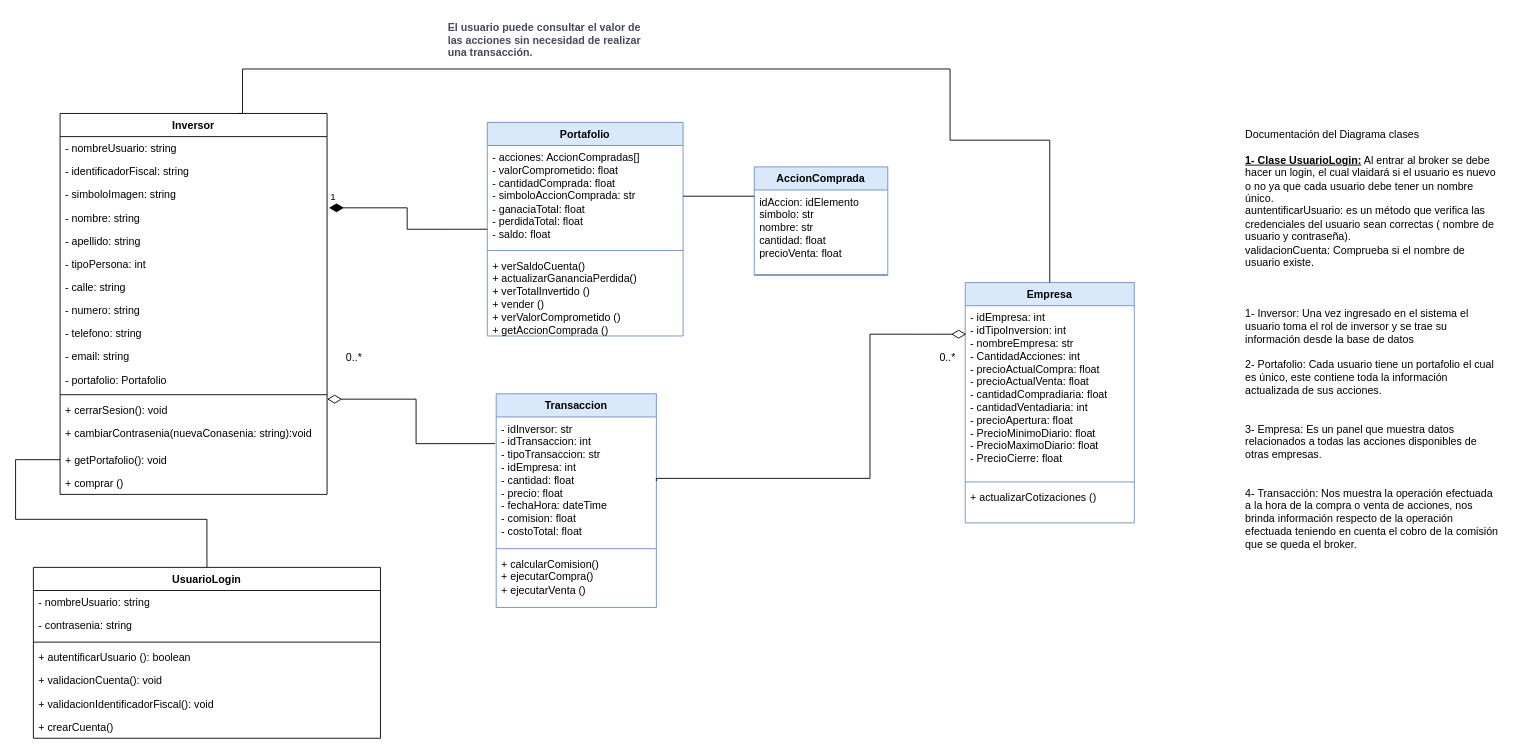
This is Documentación/Diagrama-de-Clases.drawio from INNOVAcodersISPC/ARGBroker, a draw.io file, before an edit. Source tidied: cells renumbered, new cells numbered last; positions are measured from the earlier drawing's top-left corner, leaving out a move shared by most shapes. Both pictures are drawn from the tidied source at 89%, with x=0, y=0 at pixel (33, 15).
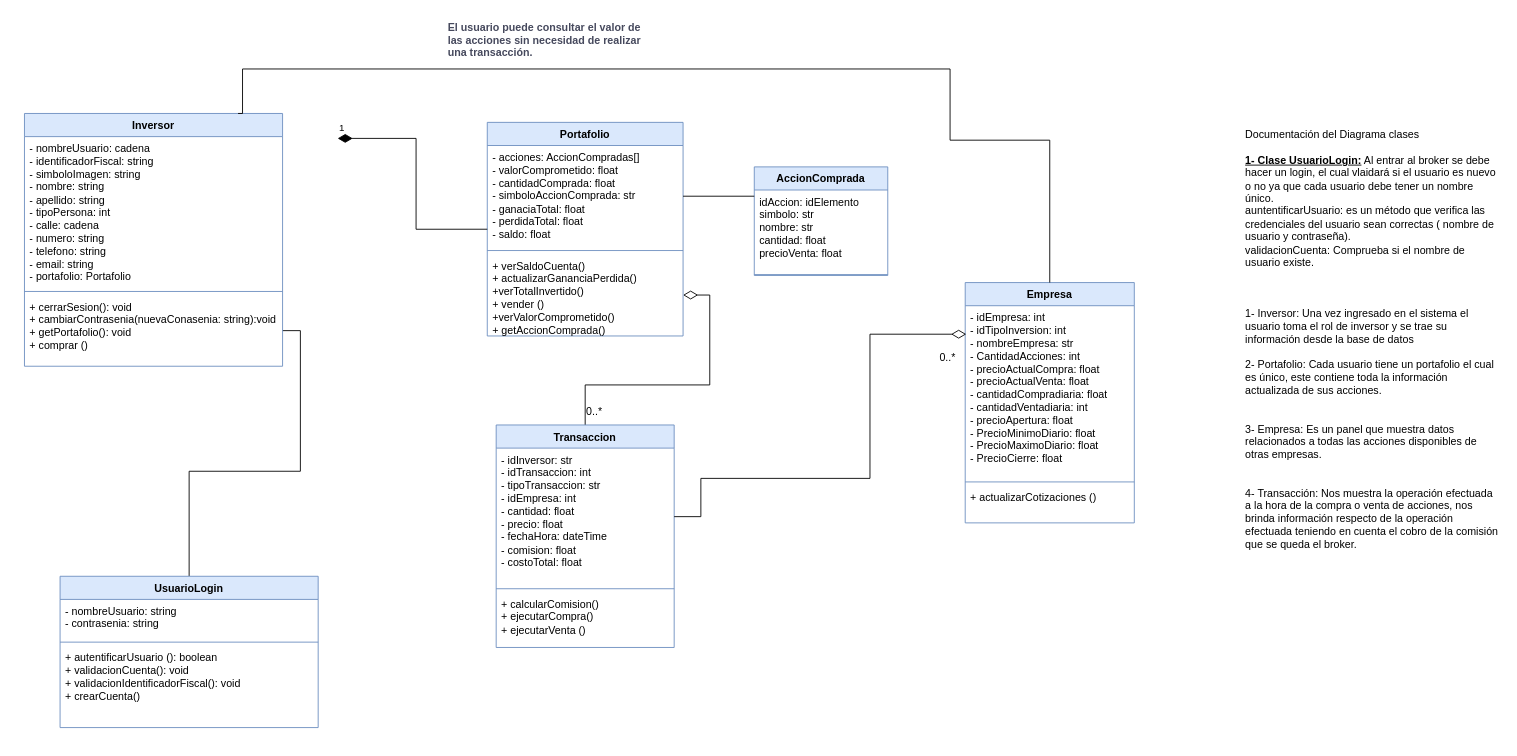
The same page after the edit.

The change refers to these unchanged cells:
```xml
<mxCell id="3" value="&lt;div style=&quot;text-wrap: nowrap;&quot;&gt;- idEmpresa: int&lt;div&gt;- idTipoInversion: int&lt;/div&gt;&lt;div&gt;- nombreEmpresa: str&lt;/div&gt;&lt;div&gt;- CantidadAcciones: int&lt;/div&gt;&lt;div&gt;- precioActualCompra: float&lt;/div&gt;&lt;div&gt;- precioActualVenta: float&lt;/div&gt;&lt;div&gt;- cantidadCompradiaria: float&lt;/div&gt;&lt;div&gt;&lt;span style=&quot;background-color: initial;&quot;&gt;- cantidadVentadiaria: int&lt;/span&gt;&lt;/div&gt;&lt;div&gt;- precioApertura: float&lt;/div&gt;&lt;div&gt;- PrecioMinimoDiario: float&amp;nbsp;&lt;/div&gt;&lt;div&gt;- PrecioMaximoDiario: float&lt;/div&gt;&lt;div&gt;- PrecioCierre: float&lt;/div&gt;&lt;/div&gt;" style="text;strokeColor=none;fillColor=none;align=left;verticalAlign=top;spacingLeft=4;spacingRight=4;overflow=hidden;points=[[0,0.5],[1,0.5]];portConstraint=eastwest;whiteSpace=wrap;html=1;" parent="2" vertex="1">
  <mxGeometry y="26" width="190" height="194" as="geometry" />
</mxCell>
<mxCell id="6" value="Portafolio" style="swimlane;fontStyle=1;align=center;verticalAlign=top;horizontal=1;startSize=26;whiteSpace=wrap;html=1;fillColor=#dae8fc;strokeColor=#6c8ebf;" parent="1" vertex="1">
  <mxGeometry x="510" y="120" width="220" height="240" as="geometry" />
</mxCell>
<mxCell id="7" value="&lt;div style=&quot;text-wrap: nowrap;&quot;&gt;&lt;span style=&quot;background-color: initial;&quot;&gt;- acciones: AccionCompradas[]&lt;/span&gt;&lt;br&gt;&lt;/div&gt;&lt;div style=&quot;text-wrap: nowrap;&quot;&gt;&lt;div&gt;- valorComprometido: float&lt;/div&gt;&lt;div&gt;- cantidadComprada: float&lt;/div&gt;&lt;div&gt;- simboloAccionComprada: str&lt;/div&gt;&lt;div&gt;- ganaciaTotal: float&lt;/div&gt;&lt;div&gt;- perdidaTotal: float&lt;/div&gt;&lt;div&gt;- saldo: float&lt;/div&gt;&lt;/div&gt;" style="text;strokeColor=none;fillColor=none;align=left;verticalAlign=top;spacingLeft=4;spacingRight=4;overflow=hidden;points=[[0,0.5],[1,0.5]];portConstraint=eastwest;whiteSpace=wrap;html=1;" parent="6" vertex="1">
  <mxGeometry y="26" width="220" height="114" as="geometry" />
</mxCell>
```

Diff of the diagram source:
```diff
@@
-    <mxCell id="9" value="+ verSaldoCuenta()&lt;div&gt;+ actualizarGananciaPerdida()&lt;/div&gt;&lt;div&gt;+ verTotalInvertido ()&lt;/div&gt;&lt;div&gt;+ vender ()&lt;/div&gt;&lt;div&gt;+ verValorComprometido ()&lt;/div&gt;&lt;div&gt;+ getAccionComprada ()&lt;br&gt;&lt;div&gt;&lt;br&gt;&lt;/div&gt;&lt;/div&gt;&lt;div&gt;&lt;br&gt;&lt;/div&gt;&lt;div&gt;&lt;br&gt;&lt;/div&gt;&lt;div&gt;&lt;br&gt;&lt;/div&gt;" style="text;strokeColor=none;fillColor=none;align=left;verticalAlign=top;spacingLeft=4;spacingRight=4;overflow=hidden;points=[[0,0.5],[1,0.5]];portConstraint=eastwest;whiteSpace=wrap;html=1;" parent="6" vertex="1">
+    <mxCell id="9" value="+ verSaldoCuenta()&lt;div&gt;+ actualizarGananciaPerdida()&lt;/div&gt;&lt;div&gt;+verTotalInvertido()&lt;/div&gt;&lt;div&gt;+ vender ()&lt;/div&gt;&lt;div&gt;+verValorComprometido()&lt;/div&gt;&lt;div&gt;+ getAccionComprada()&lt;br&gt;&lt;div&gt;&lt;br&gt;&lt;/div&gt;&lt;/div&gt;&lt;div&gt;&lt;br&gt;&lt;/div&gt;&lt;div&gt;&lt;br&gt;&lt;/div&gt;&lt;div&gt;&lt;br&gt;&lt;/div&gt;" style="text;strokeColor=none;fillColor=none;align=left;verticalAlign=top;spacingLeft=4;spacingRight=4;overflow=hidden;points=[[0,0.5],[1,0.5]];portConstraint=eastwest;whiteSpace=wrap;html=1;" parent="6" vertex="1">
       <mxGeometry y="148" width="220" height="92" as="geometry" />
     </mxCell>
+    <mxCell id="52" style="edgeStyle=orthogonalEdgeStyle;rounded=0;jettySize=auto;html=1;startSize=14;endArrow=diamondThin;endFill=0;endSize=14;" parent="1" edge="1" source="10" target="9">
+      <mxGeometry relative="1" as="geometry" />
+    </mxCell>
     <mxCell id="10" value="Transaccion" style="swimlane;fontStyle=1;align=center;verticalAlign=top;horizontal=1;startSize=26;whiteSpace=wrap;html=1;fillColor=#dae8fc;strokeColor=#6c8ebf;" parent="1" vertex="1">
-      <mxGeometry x="520" y="425" width="180" height="240" as="geometry" />
+      <mxGeometry x="520" y="460" width="200" height="250" as="geometry" />
     </mxCell>
-    <mxCell id="11" value="&lt;div style=&quot;text-wrap: nowrap;&quot;&gt;&lt;span style=&quot;background-color: initial;&quot;&gt;- idInversor: str&lt;/span&gt;&lt;br&gt;&lt;/div&gt;&lt;div style=&quot;text-wrap: nowrap;&quot;&gt;&lt;div&gt;- idTransaccion: int&lt;br&gt;&lt;/div&gt;&lt;div&gt;- tipoTransaccion: str&lt;br&gt;&lt;/div&gt;&lt;div&gt;- idEmpresa: int&lt;br&gt;&lt;/div&gt;&lt;div&gt;- cantidad: float&lt;/div&gt;&lt;div&gt;- precio: float&lt;br&gt;&lt;/div&gt;&lt;div&gt;- fechaHora: dateTime&lt;br&gt;&lt;/div&gt;&lt;div&gt;- comision: float&lt;br&gt;&lt;/div&gt;&lt;div&gt;- costoTotal: float&lt;br&gt;&lt;/div&gt;&lt;div&gt;&lt;br&gt;&lt;/div&gt;&lt;div&gt;&amp;nbsp;&lt;/div&gt;&lt;div&gt;&lt;br&gt;&lt;/div&gt;&lt;div&gt;&lt;br&gt;&lt;/div&gt;&lt;div&gt;&lt;br&gt;&lt;/div&gt;&lt;/div&gt;" style="text;strokeColor=none;fillColor=none;align=left;verticalAlign=top;spacingLeft=4;spacingRight=4;overflow=hidden;points=[[0,0.5],[1,0.5]];portConstraint=eastwest;whiteSpace=wrap;html=1;" parent="10" vertex="1">
-      <mxGeometry y="26" width="180" height="144" as="geometry" />
+    <mxCell id="11" value="&lt;div style=&quot;text-wrap: nowrap;&quot;&gt;&lt;span style=&quot;background-color: initial;&quot;&gt;- idInversor: str&lt;/span&gt;&lt;br&gt;&lt;/div&gt;&lt;div style=&quot;text-wrap: nowrap;&quot;&gt;&lt;div&gt;- idTransaccion: int&lt;br&gt;&lt;/div&gt;&lt;div&gt;- tipoTransaccion: str&lt;br&gt;&lt;/div&gt;&lt;div&gt;- idEmpresa: int&lt;br&gt;&lt;/div&gt;&lt;div&gt;- cantidad: float&lt;/div&gt;&lt;div&gt;- precio: float&lt;br&gt;&lt;/div&gt;&lt;div&gt;- fechaHora: dateTime&lt;br&gt;&lt;/div&gt;&lt;div&gt;- comision: float&lt;br&gt;&lt;/div&gt;&lt;div&gt;- costoTotal: floa&lt;span style=&quot;background-color: initial;&quot;&gt;t&lt;/span&gt;&lt;/div&gt;&lt;div&gt;&lt;br&gt;&lt;/div&gt;&lt;div&gt;&amp;nbsp;&lt;/div&gt;&lt;div&gt;&lt;br&gt;&lt;/div&gt;&lt;div&gt;&lt;br&gt;&lt;/div&gt;&lt;div&gt;&lt;br&gt;&lt;/div&gt;&lt;/div&gt;" style="text;strokeColor=none;fillColor=none;align=left;verticalAlign=top;spacingLeft=4;spacingRight=4;overflow=hidden;points=[[0,0.5],[1,0.5]];portConstraint=eastwest;whiteSpace=wrap;html=1;" parent="10" vertex="1">
+      <mxGeometry y="26" width="200" height="154" as="geometry" />
     </mxCell>
     <mxCell id="12" style="line;strokeWidth=1;fillColor=none;align=left;verticalAlign=middle;spacingTop=-1;spacingLeft=3;spacingRight=3;labelPosition=right;strokeColor=inherit;" parent="10" vertex="1">
-      <mxGeometry y="170" width="180" height="8" as="geometry" />
+      <mxGeometry y="180" width="200" height="8" as="geometry" />
     </mxCell>
     <mxCell id="13" value="+ calcularComision()&lt;div&gt;+ ejecutarCompra()&lt;/div&gt;&lt;div&gt;+ ejecutarVenta ()&lt;/div&gt;" style="text;strokeColor=none;fillColor=none;align=left;verticalAlign=top;spacingLeft=4;spacingRight=4;overflow=hidden;whiteSpace=wrap;html=1;" parent="10" vertex="1">
-      <mxGeometry y="178" width="180" height="62" as="geometry" />
+      <mxGeometry y="188" width="200" height="62" as="geometry" />
     </mxCell>
@@
-    <mxCell id="15" value="1" style="endArrow=none;html=1;endSize=12;startArrow=diamondThin;startSize=14;startFill=1;edgeStyle=orthogonalEdgeStyle;align=left;verticalAlign=bottom;rounded=0;entryX=0;entryY=0.825;entryDx=0;entryDy=0;entryPerimeter=0;endFill=0;exitX=1.007;exitY=0.077;exitDx=0;exitDy=0;exitPerimeter=0;" parent="1" edge="1" source="33" target="7">
-      <mxGeometry x="-1" y="3" relative="1" as="geometry" />
+    <mxCell id="15" value="1" style="endArrow=none;html=1;endSize=12;startArrow=diamondThin;startSize=14;startFill=1;edgeStyle=orthogonalEdgeStyle;align=left;verticalAlign=bottom;rounded=0;entryX=0;entryY=0.825;entryDx=0;entryDy=0;entryPerimeter=0;endFill=0;exitX=1.007;exitY=0.077;exitDx=0;exitDy=0;exitPerimeter=0;" parent="1" edge="1" target="7">
+      <mxGeometry x="-1" y="3" relative="1" as="geometry">
+        <mxPoint x="341.9" y="138" as="sourcePoint" />
+        <Array as="points">
+          <mxPoint x="430" y="138" />
+          <mxPoint x="430" y="240" />
+        </Array>
+      </mxGeometry>
     </mxCell>
-    <mxCell id="16" style="edgeStyle=orthogonalEdgeStyle;rounded=0;jettySize=auto;html=1;entryX=-0.006;entryY=0.208;entryDx=0;entryDy=0;entryPerimeter=0;endArrow=none;endFill=0;startArrow=diamondThin;startFill=0;endSize=12;startSize=14;exitX=1;exitY=0.75;exitDx=0;exitDy=0;" parent="1" edge="1" source="29" target="11">
-      <mxGeometry relative="1" as="geometry">
-        <Array as="points">
-          <mxPoint x="430" y="431" />
-          <mxPoint x="430" y="481" />
-        </Array>
-      </mxGeometry>
-    </mxCell>
     <mxCell id="17" value="0..*" style="text;html=1;align=center;verticalAlign=middle;strokeColor=none;fillColor=none;" parent="1" vertex="1">
-      <mxGeometry x="340" y="370" width="40" height="30" as="geometry" />
+      <mxGeometry x="610" y="430" width="40" height="30" as="geometry" />
     </mxCell>
     <mxCell id="18" style="edgeStyle=orthogonalEdgeStyle;rounded=0;jettySize=auto;html=1;exitX=1;exitY=0.5;exitDx=0;exitDy=0;entryX=0.006;entryY=0.165;entryDx=0;entryDy=0;entryPerimeter=0;endArrow=diamondThin;endFill=0;startSize=14;endSize=14;" parent="1" edge="1" source="11" target="3">
       <mxGeometry relative="1" as="geometry">
         <Array as="points">
-          <mxPoint x="700" y="520" />
+          <mxPoint x="750" y="563" />
+          <mxPoint x="750" y="520" />
           <mxPoint x="940" y="520" />
           <mxPoint x="940" y="358" />
         </Array>
       </mxGeometry>
     </mxCell>
@@
-    <mxCell id="20" style="edgeStyle=orthogonalEdgeStyle;rounded=0;jettySize=auto;html=1;exitX=0.5;exitY=0;exitDx=0;exitDy=0;entryX=0;entryY=0.5;entryDx=0;entryDy=0;endArrow=none;endFill=0;" parent="1" edge="1" source="21" target="44">
+    <mxCell id="20" style="edgeStyle=orthogonalEdgeStyle;rounded=0;jettySize=auto;html=1;exitX=0.5;exitY=0;exitDx=0;exitDy=0;endArrow=none;endFill=0;" parent="1" edge="1" source="21" target="42">
       <mxGeometry relative="1" as="geometry" />
     </mxCell>
-    <mxCell id="21" value="UsuarioLogin" style="swimlane;fontStyle=1;align=center;verticalAlign=top;horizontal=1;startSize=26;whiteSpace=wrap;html=1;" parent="1" vertex="1">
-      <mxGeometry y="620" width="390" height="192" as="geometry" />
+    <mxCell id="21" value="UsuarioLogin" style="swimlane;fontStyle=1;align=center;verticalAlign=top;horizontal=1;startSize=26;whiteSpace=wrap;html=1;fillColor=#dae8fc;strokeColor=#6c8ebf;" parent="1" vertex="1">
+      <mxGeometry x="30" y="630" width="290" height="170" as="geometry" />
     </mxCell>
-    <mxCell id="22" value="- nombreUsuario: string" style="text;strokeColor=none;fillColor=none;align=left;verticalAlign=top;spacingLeft=4;spacingRight=4;overflow=hidden;whiteSpace=wrap;html=1;" parent="21" vertex="1">
-      <mxGeometry y="26" width="390" height="26" as="geometry" />
+    <mxCell id="22" value="- nombreUsuario: string&lt;br&gt;- contrasenia: string" style="text;strokeColor=none;fillColor=none;align=left;verticalAlign=top;spacingLeft=4;spacingRight=4;overflow=hidden;whiteSpace=wrap;html=1;" parent="21" vertex="1">
+      <mxGeometry y="26" width="290" height="44" as="geometry" />
     </mxCell>
-    <mxCell id="23" value="- contrasenia: string" style="text;strokeColor=none;fillColor=none;align=left;verticalAlign=top;spacingLeft=4;spacingRight=4;overflow=hidden;whiteSpace=wrap;html=1;" parent="21" vertex="1">
-      <mxGeometry y="52" width="390" height="28" as="geometry" />
-    </mxCell>
     <mxCell id="24" style="line;strokeWidth=1;fillColor=none;align=left;verticalAlign=middle;spacingTop=-1;spacingLeft=3;spacingRight=3;labelPosition=right;strokeColor=inherit;" parent="21" vertex="1">
-      <mxGeometry y="80" width="390" height="8" as="geometry" />
+      <mxGeometry y="70" width="290" height="8" as="geometry" />
     </mxCell>
-    <mxCell id="25" value="+ autentificarUsuario (): boolean" style="text;strokeColor=none;fillColor=none;align=left;verticalAlign=top;spacingLeft=4;spacingRight=4;overflow=hidden;whiteSpace=wrap;html=1;" parent="21" vertex="1">
-      <mxGeometry y="88" width="390" height="26" as="geometry" />
+    <mxCell id="25" value="+ autentificarUsuario (): boolean&lt;br&gt;+ validacionCuenta(): void&lt;br&gt;+ validacionIdentificadorFiscal(): void&lt;br&gt;+ crearCuenta()" style="text;strokeColor=none;fillColor=none;align=left;verticalAlign=top;spacingLeft=4;spacingRight=4;overflow=hidden;whiteSpace=wrap;html=1;" parent="21" vertex="1">
+      <mxGeometry y="78" width="290" height="92" as="geometry" />
     </mxCell>
-    <mxCell id="26" value="+ validacionCuenta(): void" style="text;strokeColor=none;fillColor=none;align=left;verticalAlign=top;spacingLeft=4;spacingRight=4;overflow=hidden;whiteSpace=wrap;html=1;" parent="21" vertex="1">
-      <mxGeometry y="114" width="390" height="26" as="geometry" />
-    </mxCell>
-    <mxCell id="27" value="+ validacionIdentificadorFiscal(): void" style="text;strokeColor=none;fillColor=none;align=left;verticalAlign=top;spacingLeft=4;spacingRight=4;overflow=hidden;whiteSpace=wrap;html=1;" parent="21" vertex="1">
-      <mxGeometry y="140" width="390" height="26" as="geometry" />
-    </mxCell>
-    <mxCell id="28" value="+ crearCuenta()" style="text;strokeColor=none;fillColor=none;align=left;verticalAlign=top;spacingLeft=4;spacingRight=4;overflow=hidden;whiteSpace=wrap;html=1;" parent="21" vertex="1">
-      <mxGeometry y="166" width="390" height="26" as="geometry" />
-    </mxCell>
-    <mxCell id="29" value="Inversor" style="swimlane;fontStyle=1;align=center;verticalAlign=top;horizontal=1;startSize=26;whiteSpace=wrap;html=1;" parent="1" vertex="1">
-      <mxGeometry x="30" y="110" width="300" height="428" as="geometry" />
+    <mxCell id="29" value="Inversor" style="swimlane;fontStyle=1;align=center;verticalAlign=top;horizontal=1;startSize=26;whiteSpace=wrap;html=1;fillColor=#dae8fc;strokeColor=#6c8ebf;" parent="1" vertex="1">
+      <mxGeometry x="-10" y="110" width="290" height="284" as="geometry" />
     </mxCell>
-    <mxCell id="30" value="- nombreUsuario: string" style="text;strokeColor=none;fillColor=none;align=left;verticalAlign=top;spacingLeft=4;spacingRight=4;overflow=hidden;whiteSpace=wrap;html=1;" parent="29" vertex="1">
-      <mxGeometry y="26" width="300" height="26" as="geometry" />
+    <mxCell id="30" value="&lt;div&gt;- nombreUsuario: cadena&lt;br&gt;- identificadorFiscal: string&lt;/div&gt;- simboloImagen: string&lt;br&gt;- nombre: string&lt;br&gt;- apellido: string&lt;br&gt;- tipoPersona: int&lt;div&gt;- calle: cadena&lt;br&gt;- numero: string&lt;br&gt;- telefono: string&lt;br&gt;- email: string&lt;br&gt;- portafolio: Portafolio&lt;/div&gt;" style="text;strokeColor=none;fillColor=none;align=left;verticalAlign=top;spacingLeft=4;spacingRight=4;overflow=hidden;whiteSpace=wrap;html=1;" parent="29" vertex="1">
+      <mxGeometry y="26" width="290" height="170" as="geometry" />
     </mxCell>
-    <mxCell id="31" value="- identificadorFiscal: string" style="text;strokeColor=none;fillColor=none;align=left;verticalAlign=top;spacingLeft=4;spacingRight=4;overflow=hidden;whiteSpace=wrap;html=1;" parent="29" vertex="1">
-      <mxGeometry y="52" width="300" height="26" as="geometry" />
-    </mxCell>
-    <mxCell id="32" value="- simboloImagen: string" style="text;strokeColor=none;fillColor=none;align=left;verticalAlign=top;spacingLeft=4;spacingRight=4;overflow=hidden;whiteSpace=wrap;html=1;" parent="29" vertex="1">
-      <mxGeometry y="78" width="300" height="26" as="geometry" />
-    </mxCell>
-    <mxCell id="33" value="- nombre: string" style="text;strokeColor=none;fillColor=none;align=left;verticalAlign=top;spacingLeft=4;spacingRight=4;overflow=hidden;points=[[0,0.5],[1,0.5]];portConstraint=eastwest;whiteSpace=wrap;html=1;" parent="29" vertex="1">
-      <mxGeometry y="104" width="300" height="26" as="geometry" />
-    </mxCell>
-    <mxCell id="34" value="- apellido: string" style="text;strokeColor=none;fillColor=none;align=left;verticalAlign=top;spacingLeft=4;spacingRight=4;overflow=hidden;whiteSpace=wrap;html=1;" parent="29" vertex="1">
-      <mxGeometry y="130" width="300" height="26" as="geometry" />
-    </mxCell>
-    <mxCell id="35" value="- tipoPersona: int" style="text;strokeColor=none;fillColor=none;align=left;verticalAlign=top;spacingLeft=4;spacingRight=4;overflow=hidden;whiteSpace=wrap;html=1;" parent="29" vertex="1">
-      <mxGeometry y="156" width="300" height="26" as="geometry" />
-    </mxCell>
-    <mxCell id="36" value="- calle: string" style="text;strokeColor=none;fillColor=none;align=left;verticalAlign=top;spacingLeft=4;spacingRight=4;overflow=hidden;whiteSpace=wrap;html=1;" parent="29" vertex="1">
-      <mxGeometry y="182" width="300" height="26" as="geometry" />
-    </mxCell>
-    <mxCell id="37" value="- numero: string" style="text;strokeColor=none;fillColor=none;align=left;verticalAlign=top;spacingLeft=4;spacingRight=4;overflow=hidden;whiteSpace=wrap;html=1;" parent="29" vertex="1">
-      <mxGeometry y="208" width="300" height="26" as="geometry" />
-    </mxCell>
-    <mxCell id="38" value="- telefono: string" style="text;strokeColor=none;fillColor=none;align=left;verticalAlign=top;spacingLeft=4;spacingRight=4;overflow=hidden;whiteSpace=wrap;html=1;" parent="29" vertex="1">
-      <mxGeometry y="234" width="300" height="26" as="geometry" />
-    </mxCell>
-    <mxCell id="39" value="- email: string" style="text;strokeColor=none;fillColor=none;align=left;verticalAlign=top;spacingLeft=4;spacingRight=4;overflow=hidden;whiteSpace=wrap;html=1;" parent="29" vertex="1">
-      <mxGeometry y="260" width="300" height="26" as="geometry" />
-    </mxCell>
-    <mxCell id="40" value="- portafolio: Portafolio" style="text;strokeColor=none;fillColor=none;align=left;verticalAlign=top;spacingLeft=4;spacingRight=4;overflow=hidden;whiteSpace=wrap;html=1;" parent="29" vertex="1">
-      <mxGeometry y="286" width="300" height="26" as="geometry" />
-    </mxCell>
     <mxCell id="41" style="line;strokeWidth=1;fillColor=none;align=left;verticalAlign=middle;spacingTop=-1;spacingLeft=3;spacingRight=3;labelPosition=right;strokeColor=inherit;" parent="29" vertex="1">
-      <mxGeometry y="312" width="300" height="8" as="geometry" />
+      <mxGeometry y="196" width="290" height="8" as="geometry" />
     </mxCell>
-    <mxCell id="42" value="+ cerrarSesion(): void" style="text;strokeColor=none;fillColor=none;align=left;verticalAlign=top;spacingLeft=4;spacingRight=4;overflow=hidden;points=[[0,0.5],[1,0.5]];portConstraint=eastwest;whiteSpace=wrap;html=1;" parent="29" vertex="1">
-      <mxGeometry y="320" width="300" height="26" as="geometry" />
+    <mxCell id="42" value="+ cerrarSesion(): void&lt;br&gt;&lt;div&gt;+ cambiarContrasenia(nuevaConasenia: string):void&lt;br&gt;+ getPortafolio(): void&lt;br&gt;+ comprar ()&lt;/div&gt;" style="text;strokeColor=none;fillColor=none;align=left;verticalAlign=top;spacingLeft=4;spacingRight=4;overflow=hidden;points=[[0,0.5],[1,0.5]];portConstraint=eastwest;whiteSpace=wrap;html=1;" parent="29" vertex="1">
+      <mxGeometry y="204" width="290" height="80" as="geometry" />
     </mxCell>
-    <mxCell id="43" value="&lt;div&gt;+ cambiarContrasenia(nuevaConasenia: string):void&lt;/div&gt;" style="text;strokeColor=none;fillColor=none;align=left;verticalAlign=top;spacingLeft=4;spacingRight=4;overflow=hidden;whiteSpace=wrap;html=1;" parent="29" vertex="1">
-      <mxGeometry y="346" width="300" height="30" as="geometry" />
-    </mxCell>
-    <mxCell id="44" value="+ getPortafolio(): void" style="text;strokeColor=none;fillColor=none;align=left;verticalAlign=top;spacingLeft=4;spacingRight=4;overflow=hidden;points=[[0,0.5],[1,0.5]];portConstraint=eastwest;whiteSpace=wrap;html=1;" parent="29" vertex="1">
-      <mxGeometry y="376" width="300" height="26" as="geometry" />
-    </mxCell>
-    <mxCell id="45" value="+ comprar ()" style="text;strokeColor=none;fillColor=none;align=left;verticalAlign=top;spacingLeft=4;spacingRight=4;overflow=hidden;whiteSpace=wrap;html=1;" parent="29" vertex="1">
-      <mxGeometry y="402" width="300" height="26" as="geometry" />
-    </mxCell>
```
